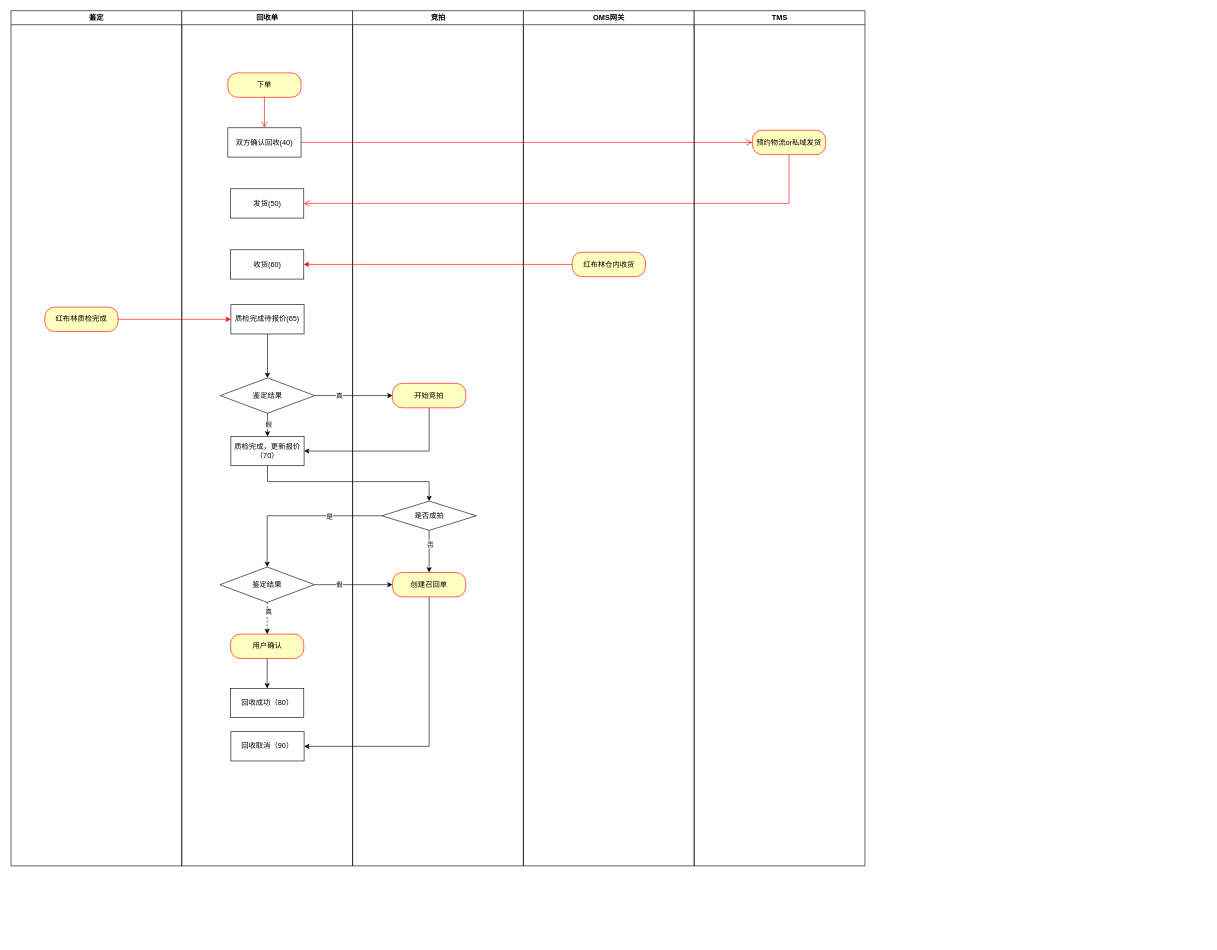
liysh5571/zz-uml keeps this draw.io diagram as c2p/邮寄业务梳理.drawio. Above is the earlier version. Source tidied: cells renumbered, new cells numbered last; positions are measured from the earlier drawing's top-left corner, leaving out a move shared by most shapes. Both pictures are drawn from the tidied source at 61%, with x=0, y=0 at pixel (10, 10).
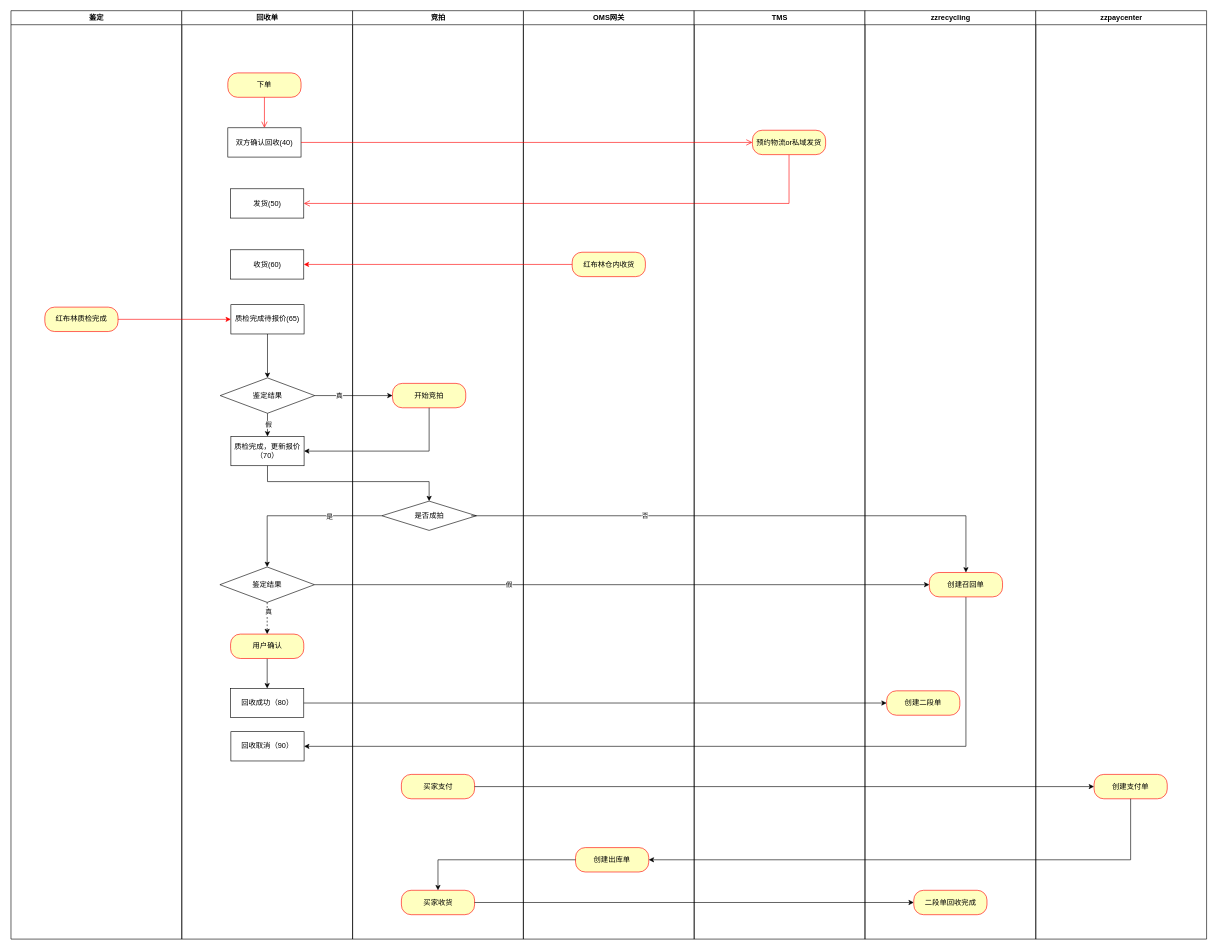
After the change.

Commit message:
更新邮寄业务梳理.drawio

The change refers to these unchanged cells:
```xml
<mxCell id="19" value="&lt;span style=&quot;text-wrap-mode: nowrap;&quot;&gt;回收成功（80）&lt;/span&gt;" style="rounded=0;whiteSpace=wrap;html=1;" parent="4" vertex="1">
  <mxGeometry x="80" y="1111" width="120" height="48" as="geometry" />
</mxCell>
<mxCell id="20" value="&lt;span style=&quot;text-wrap-mode: nowrap;&quot;&gt;回收取消（90）&lt;/span&gt;" style="rounded=0;whiteSpace=wrap;html=1;" parent="4" vertex="1">
  <mxGeometry x="80.5" y="1182" width="120" height="48" as="geometry" />
</mxCell>
<mxCell id="31" value="是否成拍" style="rhombus;whiteSpace=wrap;html=1;" parent="29" vertex="1">
  <mxGeometry x="48" y="804" width="155" height="48" as="geometry" />
</mxCell>
```

Diff of the diagram source:
```diff
@@
     <mxCell id="2" value="鉴定" style="swimlane;whiteSpace=wrap;" parent="1" vertex="1">
-      <mxGeometry x="0.5" width="280" height="1402" as="geometry" />
+      <mxGeometry x="0.5" width="280" height="1522" as="geometry" />
     </mxCell>
@@
     <mxCell id="4" value="回收单" style="swimlane;whiteSpace=wrap;" parent="1" vertex="1">
-      <mxGeometry x="280.5" width="280" height="1402" as="geometry" />
+      <mxGeometry x="280.5" width="280" height="1522" as="geometry" />
     </mxCell>
@@
     <mxCell id="21" value="OMS网关" style="swimlane;whiteSpace=wrap;" parent="1" vertex="1">
-      <mxGeometry x="840.5" width="280" height="1402" as="geometry" />
+      <mxGeometry x="840.5" width="280" height="1522" as="geometry" />
     </mxCell>
@@
+    <mxCell id="46" value="创建出库单" style="rounded=1;whiteSpace=wrap;html=1;arcSize=40;fontColor=#000000;fillColor=#ffffc0;strokeColor=#ff0000;" parent="21" vertex="1">
+      <mxGeometry x="85.5" y="1372" width="120" height="40" as="geometry" />
+    </mxCell>
@@
     <mxCell id="27" value="TMS" style="swimlane;whiteSpace=wrap;" parent="1" vertex="1">
-      <mxGeometry x="1120.5" width="280" height="1402" as="geometry" />
+      <mxGeometry x="1120.5" width="280" height="1522" as="geometry" />
     </mxCell>
@@
     <mxCell id="29" value="竞拍" style="swimlane;whiteSpace=wrap;" parent="1" vertex="1">
-      <mxGeometry x="560.5" width="280" height="1402" as="geometry" />
+      <mxGeometry x="560.5" width="280" height="1522" as="geometry" />
     </mxCell>
@@
-    <mxCell id="32" value="创建召回单" style="rounded=1;whiteSpace=wrap;html=1;arcSize=40;fontColor=#000000;fillColor=#ffffc0;strokeColor=#ff0000;" parent="29" vertex="1">
-      <mxGeometry x="65.5" y="921" width="120" height="40" as="geometry" />
-    </mxCell>
-    <mxCell id="33" style="edgeStyle=orthogonalEdgeStyle;rounded=0;jettySize=auto;html=1;entryX=0.5;entryY=0;entryDx=0;entryDy=0;exitX=0.5;exitY=1;exitDx=0;exitDy=0;" parent="29" edge="1" source="31" target="32">
-      <mxGeometry relative="1" as="geometry" />
-    </mxCell>
-    <mxCell id="34" value="否" style="edgeLabel;html=1;align=center;verticalAlign=middle;" parent="33" vertex="1">
-      <mxGeometry x="-0.37" y="1" relative="1" as="geometry" />
-    </mxCell>
+    <mxCell id="47" value="买家支付" style="rounded=1;whiteSpace=wrap;html=1;arcSize=40;fontColor=#000000;fillColor=#ffffc0;strokeColor=#ff0000;" parent="29" vertex="1">
+      <mxGeometry x="80" y="1252" width="120" height="40" as="geometry" />
+    </mxCell>
+    <mxCell id="48" value="买家收货" style="rounded=1;whiteSpace=wrap;html=1;arcSize=40;fontColor=#000000;fillColor=#ffffc0;strokeColor=#ff0000;" parent="29" vertex="1">
+      <mxGeometry x="80" y="1442" width="120" height="40" as="geometry" />
+    </mxCell>
@@
     <mxCell id="37" style="edgeStyle=orthogonalEdgeStyle;rounded=0;jettySize=auto;html=1;entryX=1;entryY=0.5;entryDx=0;entryDy=0;exitX=0.5;exitY=1;exitDx=0;exitDy=0;" parent="1" edge="1" source="32" target="20">
       <mxGeometry relative="1" as="geometry">
         <Array as="points">
-          <mxPoint x="686" y="1206" />
+          <mxPoint x="1566" y="1206" />
         </Array>
       </mxGeometry>
     </mxCell>
@@
+    <mxCell id="49" value="zzrecycling" style="swimlane;whiteSpace=wrap;" parent="1" vertex="1">
+      <mxGeometry x="1400.5" width="280" height="1522" as="geometry" />
+    </mxCell>
+    <mxCell id="32" value="创建召回单" style="rounded=1;whiteSpace=wrap;html=1;arcSize=40;fontColor=#000000;fillColor=#ffffc0;strokeColor=#ff0000;" parent="49" vertex="1">
+      <mxGeometry x="105.5" y="921" width="120" height="40" as="geometry" />
+    </mxCell>
+    <mxCell id="50" value="创建二段单" style="rounded=1;whiteSpace=wrap;html=1;arcSize=40;fontColor=#000000;fillColor=#ffffc0;strokeColor=#ff0000;" parent="49" vertex="1">
+      <mxGeometry x="35.5" y="1115" width="120" height="40" as="geometry" />
+    </mxCell>
+    <mxCell id="51" value="二段单回收完成" style="rounded=1;whiteSpace=wrap;html=1;arcSize=40;fontColor=#000000;fillColor=#ffffc0;strokeColor=#ff0000;" parent="49" vertex="1">
+      <mxGeometry x="80" y="1442" width="120" height="40" as="geometry" />
+    </mxCell>
+    <mxCell id="33" style="edgeStyle=orthogonalEdgeStyle;rounded=0;jettySize=auto;html=1;entryX=0.5;entryY=0;entryDx=0;entryDy=0;exitX=0.945;exitY=0.5;exitDx=0;exitDy=0;exitPerimeter=0;" parent="1" edge="1" source="31" target="32">
+      <mxGeometry relative="1" as="geometry" />
+    </mxCell>
+    <mxCell id="34" value="否" style="edgeLabel;html=1;align=center;verticalAlign=middle;" parent="33" vertex="1">
+      <mxGeometry x="-0.37" y="1" relative="1" as="geometry" />
+    </mxCell>
+    <mxCell id="52" style="edgeStyle=orthogonalEdgeStyle;rounded=0;jettySize=auto;html=1;" parent="1" edge="1" source="19" target="50">
+      <mxGeometry relative="1" as="geometry" />
+    </mxCell>
+    <mxCell id="53" value="zzpaycenter" style="swimlane;whiteSpace=wrap;" parent="1" vertex="1">
+      <mxGeometry x="1680.5" width="280" height="1522" as="geometry" />
+    </mxCell>
+    <mxCell id="54" value="创建支付单" style="rounded=1;whiteSpace=wrap;html=1;arcSize=40;fontColor=#000000;fillColor=#ffffc0;strokeColor=#ff0000;" parent="53" vertex="1">
+      <mxGeometry x="95.5" y="1252" width="120" height="40" as="geometry" />
+    </mxCell>
+    <mxCell id="55" style="edgeStyle=orthogonalEdgeStyle;rounded=0;jettySize=auto;html=1;entryX=0;entryY=0.5;entryDx=0;entryDy=0;" parent="1" edge="1" source="47" target="54">
+      <mxGeometry relative="1" as="geometry" />
+    </mxCell>
+    <mxCell id="56" style="edgeStyle=orthogonalEdgeStyle;rounded=0;jettySize=auto;html=1;entryX=1;entryY=0.5;entryDx=0;entryDy=0;" parent="1" edge="1" source="54" target="46">
+      <mxGeometry relative="1" as="geometry">
+        <Array as="points">
+          <mxPoint x="1836" y="1392" />
+        </Array>
+      </mxGeometry>
+    </mxCell>
+    <mxCell id="57" style="edgeStyle=orthogonalEdgeStyle;rounded=0;jettySize=auto;html=1;entryX=0;entryY=0.5;entryDx=0;entryDy=0;" parent="1" edge="1" source="48" target="51">
+      <mxGeometry relative="1" as="geometry" />
+    </mxCell>
+    <mxCell id="58" style="edgeStyle=orthogonalEdgeStyle;rounded=0;jettySize=auto;html=1;entryX=0.5;entryY=0;entryDx=0;entryDy=0;" parent="1" edge="1" source="46" target="48">
+      <mxGeometry relative="1" as="geometry" />
+    </mxCell>
```
